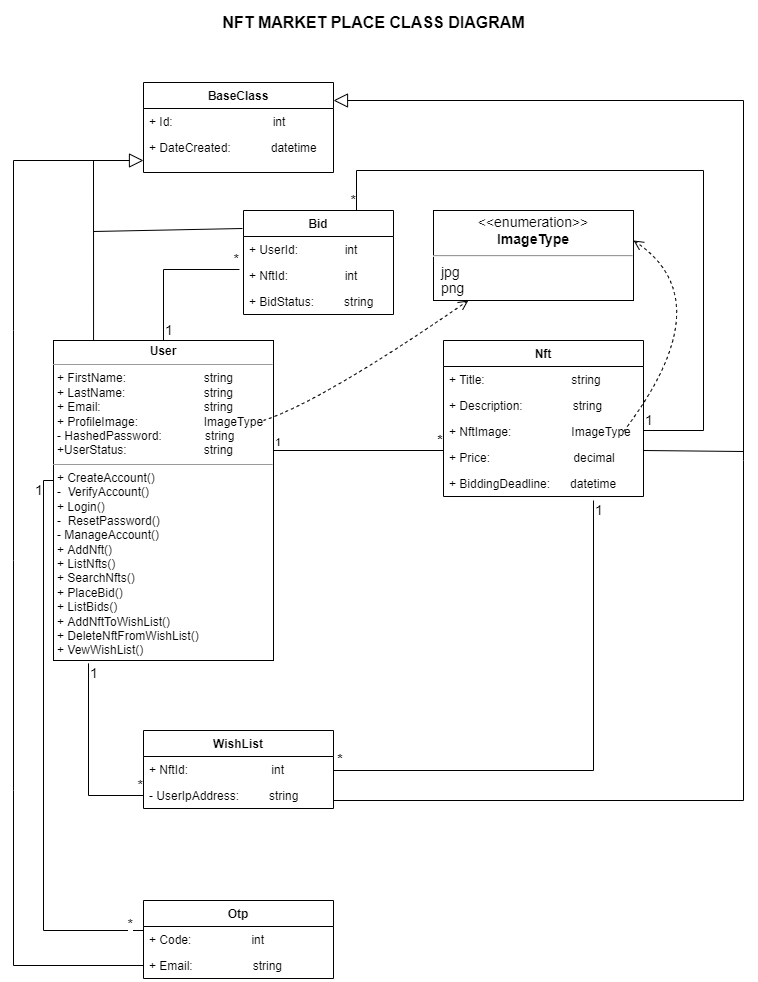
Earlier version of the draw.io export diagrams/class-diagram.png (kevy0915/NFT_MarketPlace). Source tidied: cells renumbered, new cells last; positions are measured from the earlier drawing's top-left corner, leaving out a move shared by most shapes.
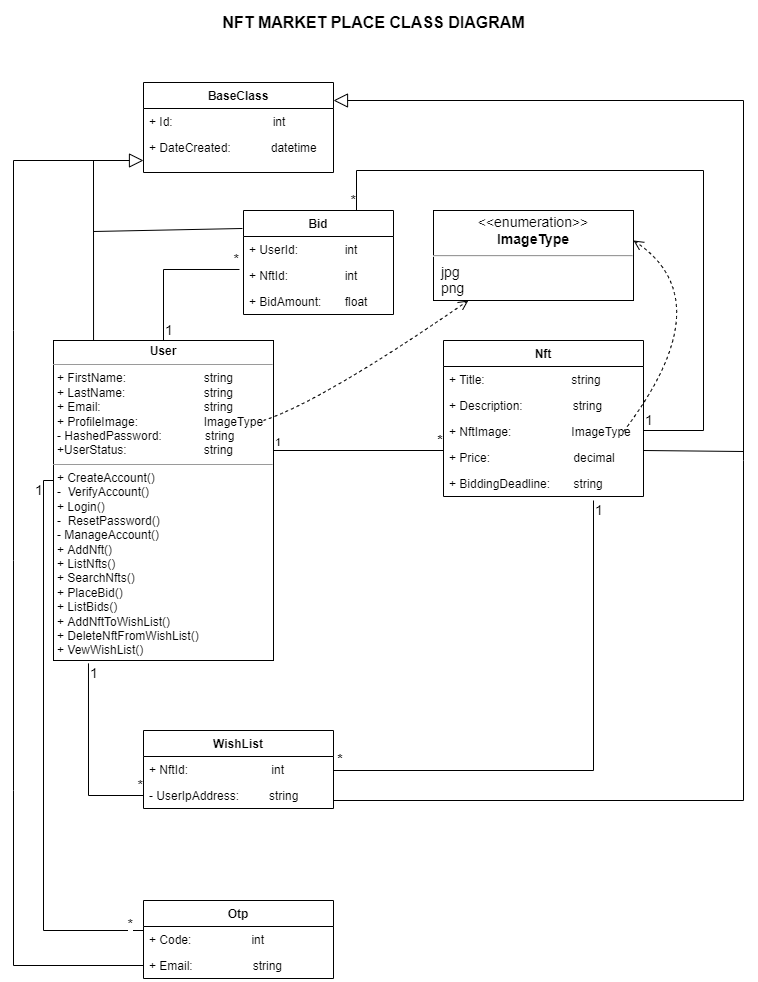
The same file after the commit.

Commit message:
changed bid status to bid amount in the bid class in the class diagram and Nft's bidding deadline class attribute data type from datetime to string

The edit, as a diff of the source:
```diff
@@ -20,7 +20,7 @@
     <mxCell id="7" value="+ Price:                         decimal" style="text;strokeColor=none;fillColor=none;align=left;verticalAlign=top;spacingLeft=4;spacingRight=4;overflow=hidden;" parent="3" vertex="1">
       <mxGeometry y="104" width="200" height="26" as="geometry" />
     </mxCell>
-    <mxCell id="8" value="+ BiddingDeadline:      datetime" style="text;strokeColor=none;fillColor=none;align=left;verticalAlign=top;spacingLeft=4;spacingRight=4;overflow=hidden;" parent="3" vertex="1">
+    <mxCell id="8" value="+ BiddingDeadline:       string" style="text;strokeColor=none;fillColor=none;align=left;verticalAlign=top;spacingLeft=4;spacingRight=4;overflow=hidden;" parent="3" vertex="1">
       <mxGeometry y="130" width="200" height="26" as="geometry" />
     </mxCell>
     <mxCell id="9" value="WishList" style="swimlane;fontStyle=1;horizontal=1;startSize=26;fillColor=none;" parent="1" vertex="1">
@@ -178,7 +178,7 @@
     <mxCell id="39" value="+ NftId:                 int" style="text;strokeColor=none;fillColor=none;align=left;verticalAlign=top;spacingLeft=4;spacingRight=4;overflow=hidden;points=[[0,0.5],[1,0.5]];portConstraint=eastwest;" parent="37" vertex="1">
       <mxGeometry y="52" width="150" height="26" as="geometry" />
     </mxCell>
-    <mxCell id="40" value="+ BidStatus:         string" style="text;strokeColor=none;fillColor=none;align=left;verticalAlign=top;spacingLeft=4;spacingRight=4;overflow=hidden;" parent="37" vertex="1">
+    <mxCell id="40" value="+ BidAmount:       float" style="text;strokeColor=none;fillColor=none;align=left;verticalAlign=top;spacingLeft=4;spacingRight=4;overflow=hidden;" parent="37" vertex="1">
       <mxGeometry y="78" width="150" height="26" as="geometry" />
     </mxCell>
     <mxCell id="41" style="endArrow=none;html=1;rounded=0;fontSize=14;entryX=-0.007;entryY=0.173;entryDx=0;entryDy=0;entryPerimeter=0;" parent="1" edge="1" target="37">
```
